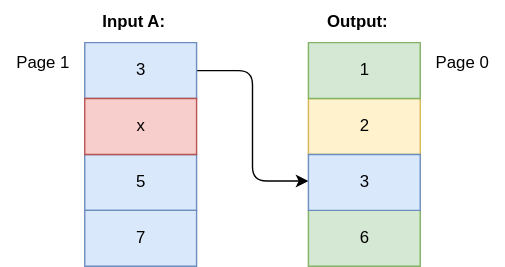
Above: images/MergeResponsesKomplexSolution3.svg in cwahlmann/searchadapter (draw.io), before the change. Source tidied: cells renumbered, new cells last; positions are measured from the earlier drawing's top-left corner, leaving out a move shared by most shapes.
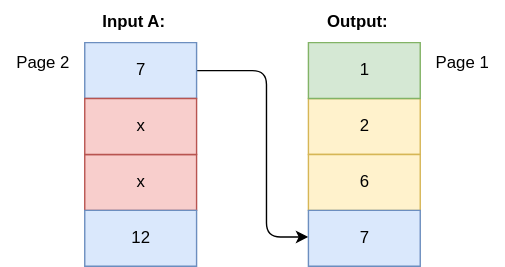
Above is the later version.

The edit, as a diff of the source:
```diff
@@ -3,18 +3,23 @@
     <mxCell id="0" />
     <mxCell id="1" parent="0" />
     <mxCell id="2" style="edgeStyle=orthogonalEdgeStyle;rounded=1;jettySize=auto;html=1;entryX=0;entryY=0.475;entryDx=0;entryDy=0;entryPerimeter=0;" parent="1" edge="1" source="3" target="14">
-      <mxGeometry relative="1" as="geometry" />
+      <mxGeometry relative="1" as="geometry">
+        <Array as="points">
+          <mxPoint x="190" y="50" />
+          <mxPoint x="190" y="169" />
+        </Array>
+      </mxGeometry>
     </mxCell>
-    <mxCell id="3" value="3" style="verticalLabelPosition=middle;verticalAlign=middle;html=1;shape=mxgraph.basic.rect;fillColor2=none;strokeWidth=1;size=20;indent=5;labelPosition=center;align=center;fillColor=#dae8fc;strokeColor=#6c8ebf;" parent="1" vertex="1">
+    <mxCell id="3" value="7" style="verticalLabelPosition=middle;verticalAlign=middle;html=1;shape=mxgraph.basic.rect;fillColor2=none;strokeWidth=1;size=20;indent=5;labelPosition=center;align=center;fillColor=#dae8fc;strokeColor=#6c8ebf;" parent="1" vertex="1">
       <mxGeometry x="60" y="30" width="80" height="40" as="geometry" />
     </mxCell>
-    <mxCell id="4" value="5" style="verticalLabelPosition=middle;verticalAlign=middle;html=1;shape=mxgraph.basic.rect;fillColor2=none;strokeWidth=1;size=20;indent=5;labelPosition=center;align=center;fillColor=#dae8fc;strokeColor=#6c8ebf;" parent="1" vertex="1">
+    <mxCell id="4" value="x" style="verticalLabelPosition=middle;verticalAlign=middle;html=1;shape=mxgraph.basic.rect;fillColor2=none;strokeWidth=1;size=20;indent=5;labelPosition=center;align=center;fillColor=#f8cecc;strokeColor=#b85450;" parent="1" vertex="1">
       <mxGeometry x="60" y="110" width="80" height="40" as="geometry" />
     </mxCell>
-    <mxCell id="5" value="7" style="verticalLabelPosition=middle;verticalAlign=middle;html=1;shape=mxgraph.basic.rect;fillColor2=none;strokeWidth=1;size=20;indent=5;labelPosition=center;align=center;fillColor=#dae8fc;strokeColor=#6c8ebf;" parent="1" vertex="1">
+    <mxCell id="5" value="12" style="verticalLabelPosition=middle;verticalAlign=middle;html=1;shape=mxgraph.basic.rect;fillColor2=none;strokeWidth=1;size=20;indent=5;labelPosition=center;align=center;fillColor=#dae8fc;strokeColor=#6c8ebf;" parent="1" vertex="1">
       <mxGeometry x="60" y="150" width="80" height="40" as="geometry" />
     </mxCell>
-    <mxCell id="6" value="Page 1" style="text;html=1;align=center;verticalAlign=middle;strokeColor=none;fillColor=none;" parent="1" vertex="1">
+    <mxCell id="6" value="Page 2" style="text;html=1;align=center;verticalAlign=middle;strokeColor=none;fillColor=none;" parent="1" vertex="1">
       <mxGeometry y="30" width="60" height="30" as="geometry" />
     </mxCell>
     <mxCell id="7" value="&lt;b&gt;Input A:&lt;/b&gt;" style="text;html=1;align=center;verticalAlign=middle;strokeColor=none;fillColor=none;" parent="1" vertex="1">
@@ -23,7 +28,7 @@
     <mxCell id="8" value="x" style="verticalLabelPosition=middle;verticalAlign=middle;html=1;shape=mxgraph.basic.rect;fillColor2=none;strokeWidth=1;size=20;indent=5;labelPosition=center;align=center;fillColor=#f8cecc;strokeColor=#b85450;" parent="1" vertex="1">
       <mxGeometry x="60" y="70" width="80" height="40" as="geometry" />
     </mxCell>
-    <mxCell id="9" value="Page 0" style="text;html=1;align=center;verticalAlign=middle;strokeColor=none;fillColor=none;" parent="1" vertex="1">
+    <mxCell id="9" value="Page 1" style="text;html=1;align=center;verticalAlign=middle;strokeColor=none;fillColor=none;" parent="1" vertex="1">
       <mxGeometry x="300" y="30" width="60" height="30" as="geometry" />
     </mxCell>
     <mxCell id="10" value="&lt;b&gt;Output:&lt;/b&gt;" style="text;html=1;align=center;verticalAlign=middle;strokeColor=none;fillColor=none;" parent="1" vertex="1">
@@ -35,11 +40,11 @@
     <mxCell id="12" value="1" style="verticalLabelPosition=middle;verticalAlign=middle;html=1;shape=mxgraph.basic.rect;fillColor2=none;strokeWidth=1;size=20;indent=5;labelPosition=center;align=center;fillColor=#d5e8d4;strokeColor=#82b366;" parent="1" vertex="1">
       <mxGeometry x="220" y="30" width="80" height="40" as="geometry" />
     </mxCell>
-    <mxCell id="13" value="6" style="verticalLabelPosition=middle;verticalAlign=middle;html=1;shape=mxgraph.basic.rect;fillColor2=none;strokeWidth=1;size=20;indent=5;labelPosition=center;align=center;fillColor=#d5e8d4;strokeColor=#82b366;" parent="1" vertex="1">
-      <mxGeometry x="220" y="150" width="80" height="40" as="geometry" />
+    <mxCell id="13" value="6" style="verticalLabelPosition=middle;verticalAlign=middle;html=1;shape=mxgraph.basic.rect;fillColor2=none;strokeWidth=1;size=20;indent=5;labelPosition=center;align=center;fillColor=#fff2cc;strokeColor=#d6b656;" parent="1" vertex="1">
+      <mxGeometry x="220" y="110" width="80" height="40" as="geometry" />
     </mxCell>
-    <mxCell id="14" value="3" style="verticalLabelPosition=middle;verticalAlign=middle;html=1;shape=mxgraph.basic.rect;fillColor2=none;strokeWidth=1;size=20;indent=5;labelPosition=center;align=center;fillColor=#dae8fc;strokeColor=#6c8ebf;" parent="1" vertex="1">
-      <mxGeometry x="220" y="110" width="80" height="40" as="geometry" />
+    <mxCell id="14" value="7" style="verticalLabelPosition=middle;verticalAlign=middle;html=1;shape=mxgraph.basic.rect;fillColor2=none;strokeWidth=1;size=20;indent=5;labelPosition=center;align=center;fillColor=#dae8fc;strokeColor=#6c8ebf;" parent="1" vertex="1">
+      <mxGeometry x="220" y="150" width="80" height="40" as="geometry" />
     </mxCell>
   </root>
 </mxGraphModel>
```
